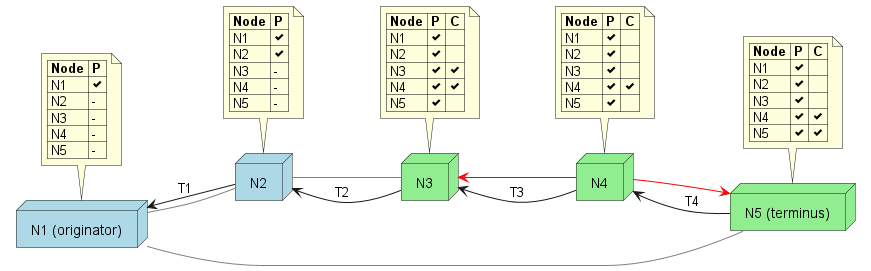
Above: doc/figures/commit-next.png in gotchoices/ChipNet (PlantUML), before the change.
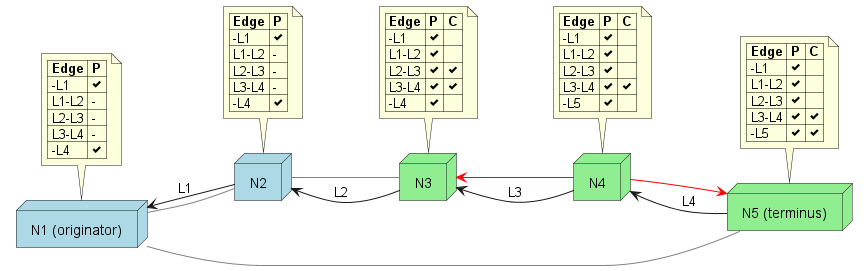
The same diagram one commit later.

Diff of the diagram source:
```diff
@@ -8,58 +8,58 @@
 node "N5 (terminus)" as N5 #LightGreen
 
 N2 -[#Gray]- N1
-N1 <-- N2 : T1
-N2 <-- N3 : T2
+N1 <-- N2 : L1
+N2 <-- N3 : L2
 N3 -[#Gray]- N2
-N3 <-- N4 : T3
+N3 <-- N4 : L3
 N4 -[#Red]-> N3
-N4 <-- N5 : T4
+N4 <-- N5 : L4
 N5 <-[#Red]- N4
 N1 -[#Gray]- N5
 
 note top of N1
-    |= Node |= P |
-    | N1 | <&check> |
-    | N2 | - |
-    | N3 | - |
-    | N4 | - |
-    | N5 | - |
+    |= Edge |= P |
+    | -L1 | <&check> |
+    | L1-L2 | - |
+    | L2-L3 | - |
+    | L3-L4 | - |
+    | -L4 | <&check> |
 end note
 
 note top of N2
-    |= Node |= P |
-    | N1 | <&check> |
-    | N2 | <&check> |
-    | N3 | - |
-    | N4 | - |
-    | N5 | - |
+    |= Edge |= P |
+    | -L1 | <&check> |
+    | L1-L2 | - |
+    | L2-L3 | - |
+    | L3-L4 | - |
+    | -L4 | <&check> |
 end note
 
 note top of N3
-    |= Node |= P |= C |
-    | N1 | <&check> |
-    | N2 | <&check> |
-    | N3 | <&check> | <&check> |
-    | N4 | <&check> | <&check> |
-    | N5 | <&check> |
+    |= Edge |= P |= C |
+    | -L1 | <&check> |
+    | L1-L2 | <&check> |
+    | L2-L3 | <&check> | <&check> |
+    | L3-L4 | <&check> | <&check> |
+    | -L4 | <&check> |
+end note
+
+note top of N4
+    |= Edge |= P |= C |
+    | -L1 | <&check> |
+    | L1-L2 | <&check> |
+    | L2-L3 | <&check> |
+    | L3-L4 | <&check> | <&check> |
+    | -L5 | <&check> |
 end note
 
 note top of N5
-    |= Node |= P |= C |
-    | N1 | <&check> |
-    | N2 | <&check> |
-    | N3 | <&check> |
-    | N4 | <&check> | <&check> |
-    | N5 | <&check> | <&check> |
-end note
-
-note top of N4
-    |= Node |= P |= C |
-    | N1 | <&check> |
-    | N2 | <&check> |
-    | N3 | <&check> |
-    | N4 | <&check> | <&check> |
-    | N5 | <&check> |
+    |= Edge |= P |= C |
+    | -L1 | <&check> |
+    | L1-L2 | <&check> |
+    | L2-L3 | <&check> |
+    | L3-L4 | <&check> | <&check> |
+    | -L5 | <&check> | <&check> |
 end note
 
 @enduml
```
